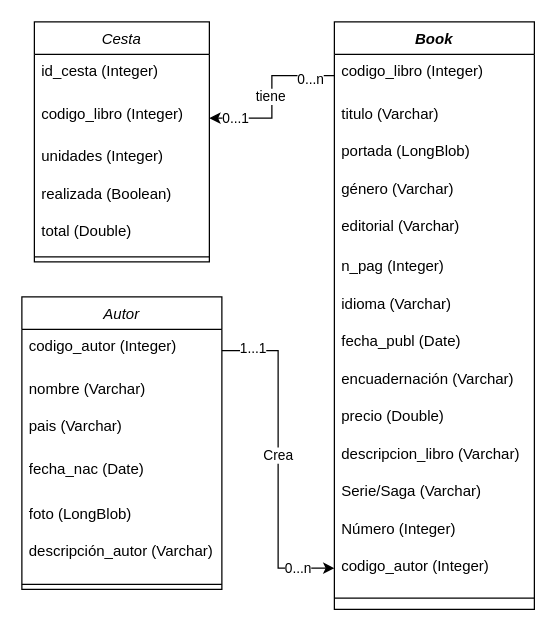
Earlier version of the draw.io diagram Análisis/Diagrama entidad relación.drawio (MariD3v/Mari_BookStore). Source tidied: cells renumbered, new cells numbered last; positions are measured from the earlier drawing's top-left corner, leaving out a move shared by most shapes. Both pictures are drawn from the tidied source at 125%, with x=0, y=0 at pixel (21, 21).
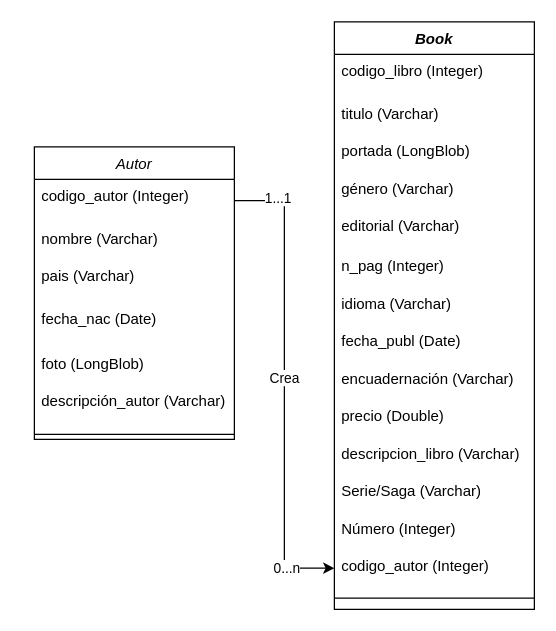
After the change.

The change refers to these unchanged cells:
```xml
<mxCell id="11" value="codigo_libro (Integer)" style="text;align=left;verticalAlign=top;spacingLeft=4;spacingRight=4;overflow=hidden;points=[[0,0.5],[1,0.5]];portConstraint=eastwest;rounded=0;shadow=0;html=0;" parent="10" vertex="1">
  <mxGeometry y="26" width="160" height="34" as="geometry" />
</mxCell>
```

Diff of the diagram source:
```diff
@@
     <mxCell id="2" value="Autor" style="swimlane;fontStyle=2;align=center;verticalAlign=top;horizontal=1;startSize=26;rounded=0;shadow=0;strokeWidth=1;" parent="1" vertex="1">
-      <mxGeometry y="220" width="160" height="234" as="geometry" />
+      <mxGeometry x="10" y="100" width="160" height="234" as="geometry" />
     </mxCell>
@@
-    <mxCell id="30" value="Cesta" style="swimlane;fontStyle=2;align=center;verticalAlign=top;horizontal=1;startSize=26;rounded=0;shadow=0;strokeWidth=1;" parent="1" vertex="1">
-      <mxGeometry x="10" width="140" height="192" as="geometry" />
-    </mxCell>
-    <mxCell id="31" value="id_cesta (Integer)" style="text;align=left;verticalAlign=top;spacingLeft=4;spacingRight=4;overflow=hidden;rounded=0;shadow=0;html=0;" parent="30" vertex="1">
-      <mxGeometry y="26" width="140" height="34" as="geometry" />
-    </mxCell>
-    <mxCell id="32" value="codigo_libro (Integer)" style="text;align=left;verticalAlign=top;spacingLeft=4;spacingRight=4;overflow=hidden;points=[[0,0.5],[1,0.5]];portConstraint=eastwest;rounded=0;shadow=0;html=0;" parent="30" vertex="1">
-      <mxGeometry y="60" width="140" height="34" as="geometry" />
-    </mxCell>
-    <mxCell id="33" value="unidades (Integer)" style="text;align=left;verticalAlign=top;spacingLeft=4;spacingRight=4;overflow=hidden;" parent="30" vertex="1">
-      <mxGeometry y="94" width="140" height="30" as="geometry" />
-    </mxCell>
-    <mxCell id="34" value="realizada (Boolean)" style="text;align=left;verticalAlign=top;spacingLeft=4;spacingRight=4;overflow=hidden;" parent="30" vertex="1">
-      <mxGeometry y="124" width="140" height="30" as="geometry" />
-    </mxCell>
-    <mxCell id="35" value="total (Double)" style="text;align=left;verticalAlign=top;spacingLeft=4;spacingRight=4;overflow=hidden;" parent="30" vertex="1">
-      <mxGeometry y="154" width="140" height="30" as="geometry" />
-    </mxCell>
-    <mxCell id="36" style="line;html=1;strokeWidth=1;align=left;verticalAlign=middle;spacingTop=-1;spacingLeft=3;spacingRight=3;labelPosition=right;" parent="30" vertex="1">
-      <mxGeometry y="184" width="140" height="8" as="geometry" />
-    </mxCell>
-    <mxCell id="37" style="edgeStyle=orthogonalEdgeStyle;rounded=0;jettySize=auto;html=1;entryX=1;entryY=0.5;entryDx=0;entryDy=0;" parent="1" edge="1" source="11" target="32">
-      <mxGeometry relative="1" as="geometry" />
-    </mxCell>
-    <mxCell id="38" value="tiene" style="edgeLabel;html=1;align=center;verticalAlign=middle;" parent="37" vertex="1">
-      <mxGeometry x="-0.02" y="-2" relative="1" as="geometry" />
-    </mxCell>
-    <mxCell id="39" value="0...1" style="edgeLabel;html=1;align=center;verticalAlign=middle;" parent="37" vertex="1">
-      <mxGeometry x="0.7" y="-1" relative="1" as="geometry" />
-    </mxCell>
-    <mxCell id="40" value="0...n" style="edgeLabel;html=1;align=center;verticalAlign=middle;" parent="37" vertex="1">
-      <mxGeometry x="-0.79" y="2" relative="1" as="geometry">
-        <mxPoint x="-6" as="offset" />
-      </mxGeometry>
-    </mxCell>
```
